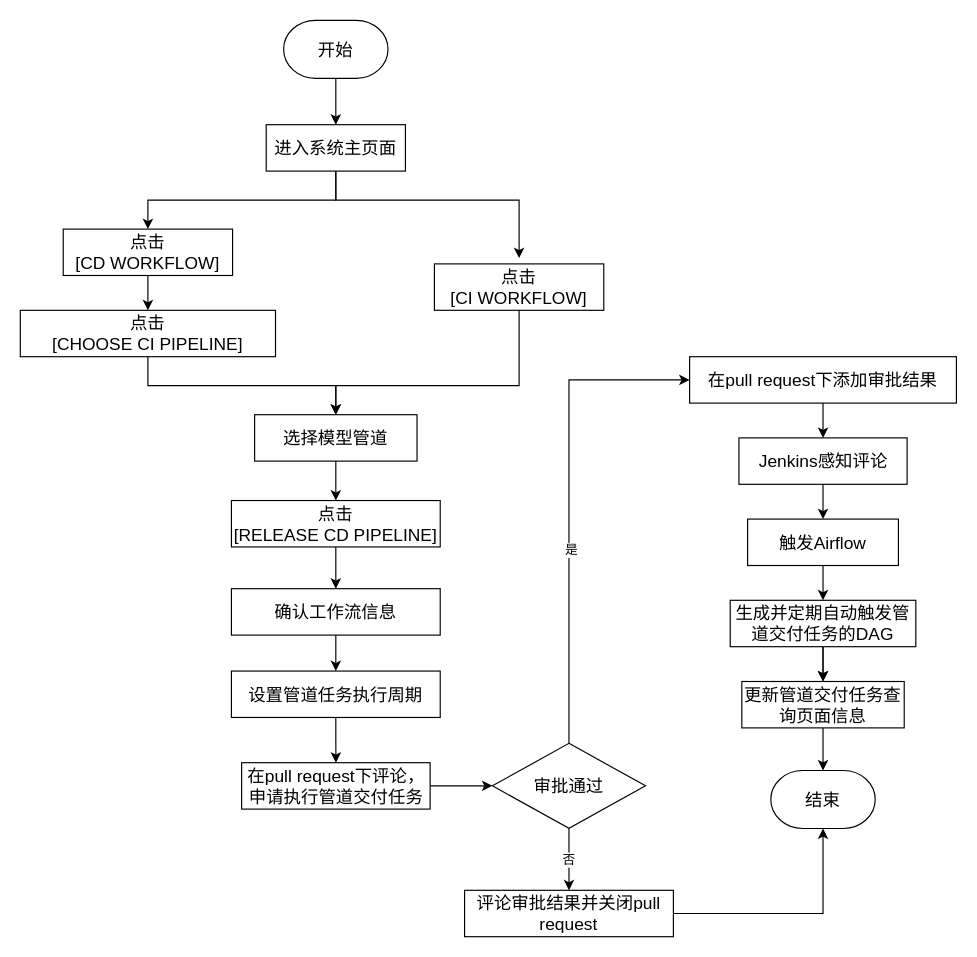
The draw.io diagram 管道交付任务申请流程图.drawio in Sequin-hdd/COINFO, before the edit. Source tidied: cells renumbered, new cells numbered last; positions are measured from the earlier drawing's top-left corner, leaving out a move shared by most shapes. Both pictures are drawn from the tidied source at 116%, with x=0, y=0 at pixel (20, 20).
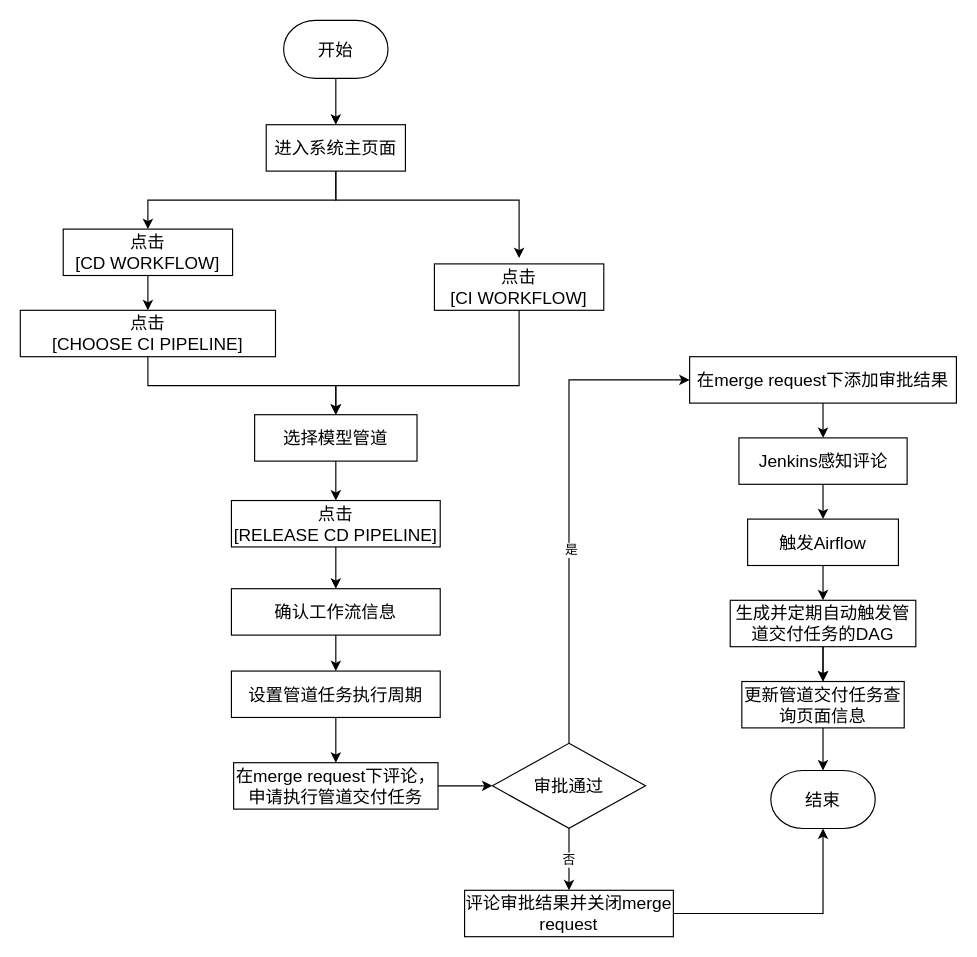
The same page after the edit.

Commit message:
更新管道交付任务申请流程图.drawio

Change to the diagram source:
```diff
@@
-    <mxCell id="34" value="&lt;span style=&quot;font-size: 15px&quot;&gt;在pull request下评论，申请执行管道交付任务&lt;br&gt;&lt;/span&gt;" style="rounded=0;whiteSpace=wrap;html=1;" parent="1" vertex="1">
-      <mxGeometry x="190.8" y="640" width="162.5" height="40" as="geometry" />
+    <mxCell id="34" value="&lt;span style=&quot;font-size: 15px&quot;&gt;在merge request下评论，申请执行管道交付任务&lt;br&gt;&lt;/span&gt;" style="rounded=0;whiteSpace=wrap;html=1;" parent="1" vertex="1">
+      <mxGeometry x="183.9" y="640" width="176.2" height="40" as="geometry" />
     </mxCell>
@@
-    <mxCell id="38" value="&lt;span style=&quot;font-size: 15px&quot;&gt;在pull request下添加审批结果&lt;br&gt;&lt;/span&gt;" style="rounded=0;whiteSpace=wrap;html=1;" parent="1" vertex="1">
+    <mxCell id="38" value="&lt;span style=&quot;font-size: 15px&quot;&gt;在merge request下添加审批结果&lt;br&gt;&lt;/span&gt;" style="rounded=0;whiteSpace=wrap;html=1;" parent="1" vertex="1">
       <mxGeometry x="577" y="290" width="230" height="40" as="geometry" />
     </mxCell>
@@
-    <mxCell id="40" value="&lt;span style=&quot;font-size: 15px&quot;&gt;评论审批结果并关闭pull request&lt;br&gt;&lt;/span&gt;" style="rounded=0;whiteSpace=wrap;html=1;" parent="1" vertex="1">
+    <mxCell id="40" value="&lt;span style=&quot;font-size: 15px&quot;&gt;评论审批结果并关闭merge request&lt;br&gt;&lt;/span&gt;" style="rounded=0;whiteSpace=wrap;html=1;" parent="1" vertex="1">
       <mxGeometry x="383" y="750" width="180" height="40" as="geometry" />
     </mxCell>
```
